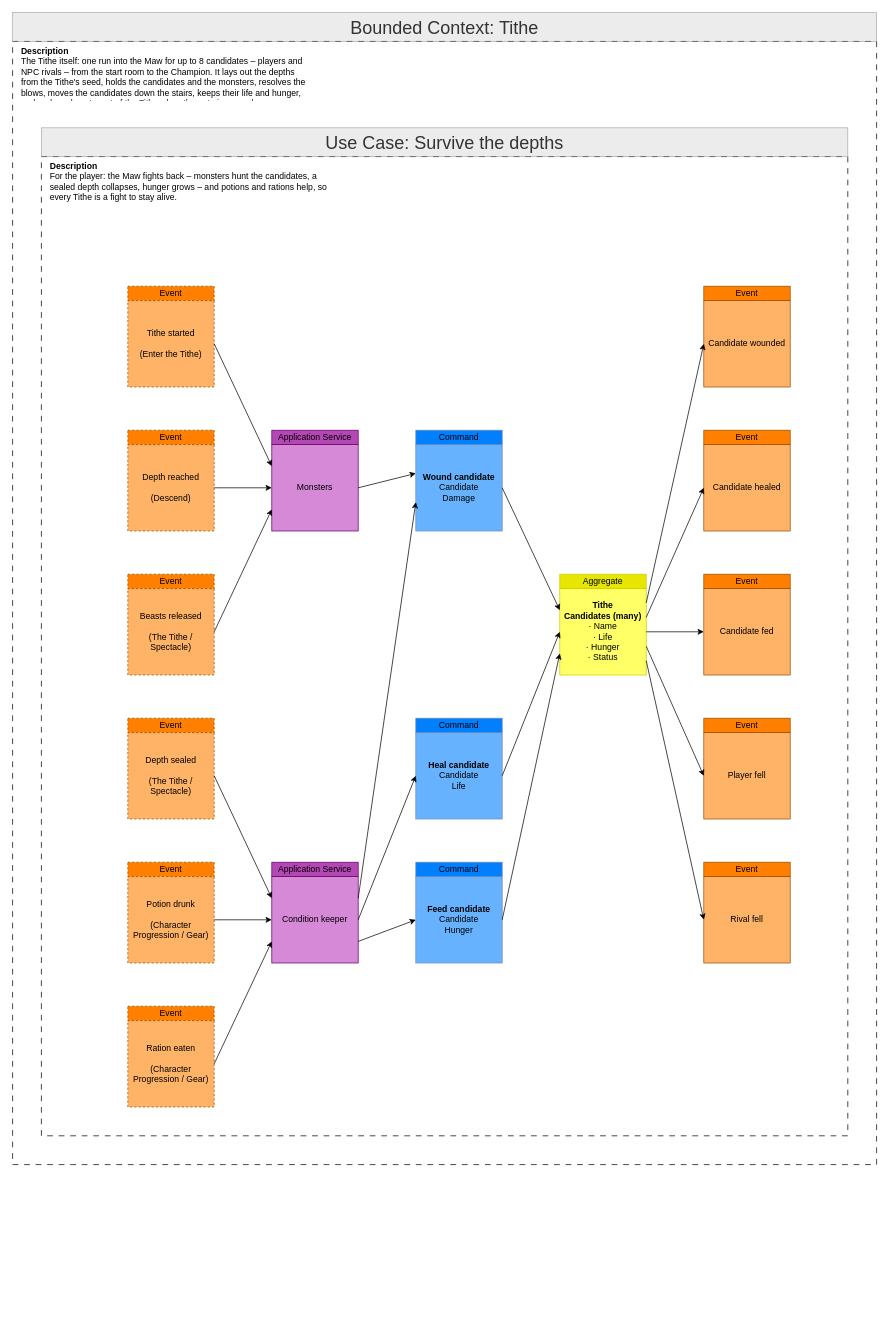
The draw.io diagram ProductOwner/contexts/tithe/models/Feature-013-survive-the-depths.drawio in tokeboisen/themaw, before the edit. Source tidied: cells renumbered, new cells numbered last; positions are measured from the earlier drawing's top-left corner, leaving out a move shared by most shapes. Both pictures are drawn from the tidied source at 72%, with x=0, y=0 at pixel (12, 12).
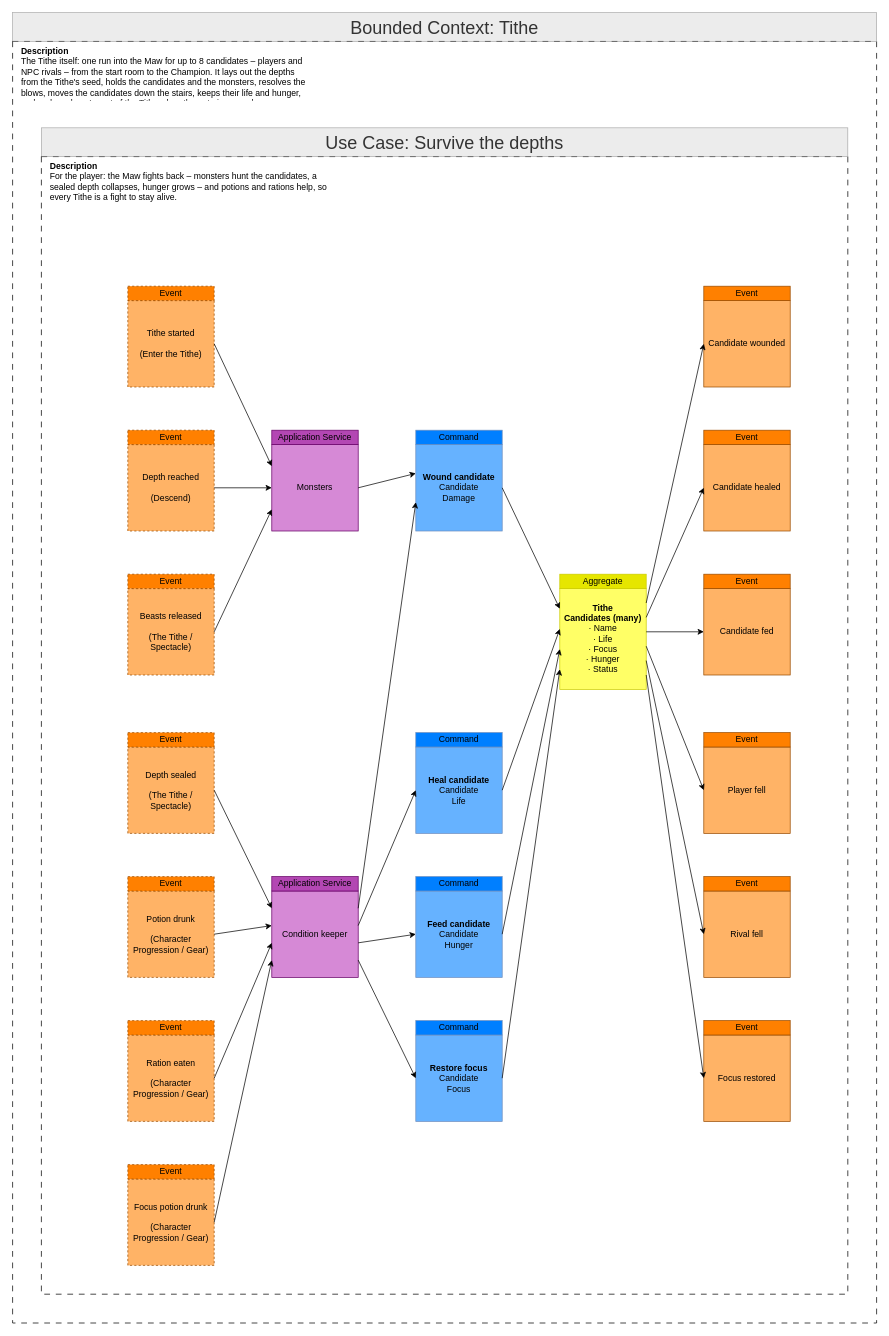
The same diagram, later.

Unchanged cells that the change refers to:
```xml
<mxCell id="24" value="&lt;b&gt;Wound candidate&lt;/b&gt;&lt;br&gt;Candidate&lt;br&gt;Damage" style="rounded=0;whiteSpace=wrap;html=1;labelBackgroundColor=none;fillColor=#66B2FF;strokeColor=#6C8EBF;" parent="1" vertex="1">
  <mxGeometry x="560" y="600" width="120" height="120" as="geometry" />
</mxCell>
<mxCell id="32" value="Candidate wounded" style="rounded=0;whiteSpace=wrap;html=1;labelBackgroundColor=none;fillColor=#FFB366;strokeColor=#994C00;" parent="1" vertex="1">
  <mxGeometry x="960" y="400" width="120" height="120" as="geometry" />
</mxCell>
<mxCell id="34" value="Candidate healed" style="rounded=0;whiteSpace=wrap;html=1;labelBackgroundColor=none;fillColor=#FFB366;strokeColor=#994C00;" parent="1" vertex="1">
  <mxGeometry x="960" y="600" width="120" height="120" as="geometry" />
</mxCell>
<mxCell id="36" value="Candidate fed" style="rounded=0;whiteSpace=wrap;html=1;labelBackgroundColor=none;fillColor=#FFB366;strokeColor=#994C00;" parent="1" vertex="1">
  <mxGeometry x="960" y="800" width="120" height="120" as="geometry" />
</mxCell>
```

Diff of the diagram source:
```diff
@@
     <mxCell id="2" style="rounded=0;whiteSpace=wrap;html=1;fillColor=none;dashed=1;dashPattern=8 8;" parent="1" vertex="1">
-      <mxGeometry y="40" width="1200" height="1560" as="geometry" />
+      <mxGeometry y="40" width="1200" height="1780" as="geometry" />
     </mxCell>
@@
     <mxCell id="5" style="rounded=0;whiteSpace=wrap;html=1;fillColor=none;dashed=1;dashPattern=8 8;" parent="1" vertex="1">
-      <mxGeometry x="40" y="200" width="1120" height="1360" as="geometry" />
+      <mxGeometry x="40" y="200" width="1120" height="1580" as="geometry" />
     </mxCell>
@@
     <mxCell id="14" value="Depth sealed&lt;br&gt;&lt;br&gt;(The Tithe / Spectacle)" style="rounded=0;whiteSpace=wrap;html=1;labelBackgroundColor=none;fillColor=#FFB366;strokeColor=#994C00;dashed=1;" parent="1" vertex="1">
-      <mxGeometry x="160" y="1000" width="120" height="120" as="geometry" />
+      <mxGeometry x="160" y="1020" width="120" height="120" as="geometry" />
     </mxCell>
     <mxCell id="15" value="Event" style="rounded=0;whiteSpace=wrap;html=1;labelBackgroundColor=none;fillColor=#FF8000;strokeColor=#994C00;dashed=1;" parent="1" vertex="1">
-      <mxGeometry x="160" y="980" width="120" height="20" as="geometry" />
+      <mxGeometry x="160" y="1000" width="120" height="20" as="geometry" />
     </mxCell>
     <mxCell id="16" value="Potion drunk&lt;br&gt;&lt;br&gt;(Character Progression / Gear)" style="rounded=0;whiteSpace=wrap;html=1;labelBackgroundColor=none;fillColor=#FFB366;strokeColor=#994C00;dashed=1;" parent="1" vertex="1">
-      <mxGeometry x="160" y="1200" width="120" height="120" as="geometry" />
+      <mxGeometry x="160" y="1220" width="120" height="120" as="geometry" />
     </mxCell>
     <mxCell id="17" value="Event" style="rounded=0;whiteSpace=wrap;html=1;labelBackgroundColor=none;fillColor=#FF8000;strokeColor=#994C00;dashed=1;" parent="1" vertex="1">
-      <mxGeometry x="160" y="1180" width="120" height="20" as="geometry" />
+      <mxGeometry x="160" y="1200" width="120" height="20" as="geometry" />
     </mxCell>
     <mxCell id="18" value="Ration eaten&lt;br&gt;&lt;br&gt;(Character Progression / Gear)" style="rounded=0;whiteSpace=wrap;html=1;labelBackgroundColor=none;fillColor=#FFB366;strokeColor=#994C00;dashed=1;" parent="1" vertex="1">
-      <mxGeometry x="160" y="1400" width="120" height="120" as="geometry" />
+      <mxGeometry x="160" y="1420" width="120" height="120" as="geometry" />
     </mxCell>
     <mxCell id="19" value="Event" style="rounded=0;whiteSpace=wrap;html=1;labelBackgroundColor=none;fillColor=#FF8000;strokeColor=#994C00;dashed=1;" parent="1" vertex="1">
-      <mxGeometry x="160" y="1380" width="120" height="20" as="geometry" />
+      <mxGeometry x="160" y="1400" width="120" height="20" as="geometry" />
     </mxCell>
+    <mxCell id="60" value="Focus potion drunk&lt;br&gt;&lt;br&gt;(Character Progression / Gear)" style="rounded=0;whiteSpace=wrap;html=1;labelBackgroundColor=none;fillColor=#FFB366;strokeColor=#994C00;dashed=1;" parent="1" vertex="1">
+      <mxGeometry x="160" y="1620" width="120" height="120" as="geometry" />
+    </mxCell>
+    <mxCell id="61" value="Event" style="rounded=0;whiteSpace=wrap;html=1;labelBackgroundColor=none;fillColor=#FF8000;strokeColor=#994C00;dashed=1;" parent="1" vertex="1">
+      <mxGeometry x="160" y="1600" width="120" height="20" as="geometry" />
+    </mxCell>
@@
     <mxCell id="22" value="Condition keeper" style="rounded=0;whiteSpace=wrap;html=1;labelBackgroundColor=none;fillColor=#D689D6;strokeColor=#660066;" parent="1" vertex="1">
-      <mxGeometry x="360" y="1200" width="120" height="120" as="geometry" />
+      <mxGeometry x="360" y="1220" width="120" height="120" as="geometry" />
     </mxCell>
     <mxCell id="23" value="Application Service" style="rounded=0;whiteSpace=wrap;html=1;labelBackgroundColor=none;fillColor=#B347B3;strokeColor=#660066;" parent="1" vertex="1">
-      <mxGeometry x="360" y="1180" width="120" height="20" as="geometry" />
+      <mxGeometry x="360" y="1200" width="120" height="20" as="geometry" />
     </mxCell>
@@
     <mxCell id="26" value="&lt;b&gt;Heal candidate&lt;/b&gt;&lt;br&gt;Candidate&lt;br&gt;Life" style="rounded=0;whiteSpace=wrap;html=1;labelBackgroundColor=none;fillColor=#66B2FF;strokeColor=#6C8EBF;" parent="1" vertex="1">
-      <mxGeometry x="560" y="1000" width="120" height="120" as="geometry" />
+      <mxGeometry x="560" y="1020" width="120" height="120" as="geometry" />
     </mxCell>
     <mxCell id="27" value="Command" style="rounded=0;whiteSpace=wrap;html=1;labelBackgroundColor=none;fillColor=#007FFF;strokeColor=#6C8EBF;" parent="1" vertex="1">
-      <mxGeometry x="560" y="980" width="120" height="20" as="geometry" />
+      <mxGeometry x="560" y="1000" width="120" height="20" as="geometry" />
     </mxCell>
     <mxCell id="28" value="&lt;b&gt;Feed candidate&lt;/b&gt;&lt;br&gt;Candidate&lt;br&gt;Hunger" style="rounded=0;whiteSpace=wrap;html=1;labelBackgroundColor=none;fillColor=#66B2FF;strokeColor=#6C8EBF;" parent="1" vertex="1">
-      <mxGeometry x="560" y="1200" width="120" height="120" as="geometry" />
+      <mxGeometry x="560" y="1220" width="120" height="120" as="geometry" />
     </mxCell>
     <mxCell id="29" value="Command" style="rounded=0;whiteSpace=wrap;html=1;labelBackgroundColor=none;fillColor=#007FFF;strokeColor=#6C8EBF;" parent="1" vertex="1">
-      <mxGeometry x="560" y="1180" width="120" height="20" as="geometry" />
+      <mxGeometry x="560" y="1200" width="120" height="20" as="geometry" />
     </mxCell>
+    <mxCell id="62" value="&lt;b&gt;Restore focus&lt;/b&gt;&lt;br&gt;Candidate&lt;br&gt;Focus" style="rounded=0;whiteSpace=wrap;html=1;labelBackgroundColor=none;fillColor=#66B2FF;strokeColor=#6C8EBF;" parent="1" vertex="1">
+      <mxGeometry x="560" y="1420" width="120" height="120" as="geometry" />
+    </mxCell>
+    <mxCell id="63" value="Command" style="rounded=0;whiteSpace=wrap;html=1;labelBackgroundColor=none;fillColor=#007FFF;strokeColor=#6C8EBF;" parent="1" vertex="1">
+      <mxGeometry x="560" y="1400" width="120" height="20" as="geometry" />
+    </mxCell>
-    <mxCell id="30" value="&lt;b&gt;Tithe&lt;/b&gt;&lt;br&gt;&lt;b&gt;Candidates (many)&lt;/b&gt;&lt;br&gt;· Name&lt;br&gt;· Life&lt;br&gt;· Hunger&lt;br&gt;· Status" style="rounded=0;whiteSpace=wrap;html=1;labelBackgroundColor=none;fillColor=#FFFF66;strokeColor=#CCCC00;" parent="1" vertex="1">
-      <mxGeometry x="760" y="800" width="120" height="120" as="geometry" />
+    <mxCell id="30" value="&lt;b&gt;Tithe&lt;/b&gt;&lt;br&gt;&lt;b&gt;Candidates (many)&lt;/b&gt;&lt;br&gt;· Name&lt;br&gt;· Life&lt;br&gt;· Focus&lt;br&gt;· Hunger&lt;br&gt;· Status" style="rounded=0;whiteSpace=wrap;html=1;labelBackgroundColor=none;fillColor=#FFFF66;strokeColor=#CCCC00;" parent="1" vertex="1">
+      <mxGeometry x="760" y="800" width="120" height="140" as="geometry" />
     </mxCell>
@@
     <mxCell id="38" value="Player fell" style="rounded=0;whiteSpace=wrap;html=1;labelBackgroundColor=none;fillColor=#FFB366;strokeColor=#994C00;" parent="1" vertex="1">
-      <mxGeometry x="960" y="1000" width="120" height="120" as="geometry" />
+      <mxGeometry x="960" y="1020" width="120" height="120" as="geometry" />
     </mxCell>
     <mxCell id="39" value="Event" style="rounded=0;whiteSpace=wrap;html=1;labelBackgroundColor=none;fillColor=#FF8000;strokeColor=#994C00;" parent="1" vertex="1">
-      <mxGeometry x="960" y="980" width="120" height="20" as="geometry" />
+      <mxGeometry x="960" y="1000" width="120" height="20" as="geometry" />
     </mxCell>
     <mxCell id="40" value="Rival fell" style="rounded=0;whiteSpace=wrap;html=1;labelBackgroundColor=none;fillColor=#FFB366;strokeColor=#994C00;" parent="1" vertex="1">
-      <mxGeometry x="960" y="1200" width="120" height="120" as="geometry" />
+      <mxGeometry x="960" y="1220" width="120" height="120" as="geometry" />
     </mxCell>
     <mxCell id="41" value="Event" style="rounded=0;whiteSpace=wrap;html=1;labelBackgroundColor=none;fillColor=#FF8000;strokeColor=#994C00;" parent="1" vertex="1">
-      <mxGeometry x="960" y="1180" width="120" height="20" as="geometry" />
+      <mxGeometry x="960" y="1200" width="120" height="20" as="geometry" />
     </mxCell>
+    <mxCell id="64" value="Focus restored" style="rounded=0;whiteSpace=wrap;html=1;labelBackgroundColor=none;fillColor=#FFB366;strokeColor=#994C00;" parent="1" vertex="1">
+      <mxGeometry x="960" y="1420" width="120" height="120" as="geometry" />
+    </mxCell>
+    <mxCell id="65" value="Event" style="rounded=0;whiteSpace=wrap;html=1;labelBackgroundColor=none;fillColor=#FF8000;strokeColor=#994C00;" parent="1" vertex="1">
+      <mxGeometry x="960" y="1400" width="120" height="20" as="geometry" />
+    </mxCell>
@@
-    <mxCell id="45" style="endArrow=classic;html=1;rounded=0;exitX=1;exitY=0.5;exitDx=0;exitDy=0;entryX=0;entryY=0.25;entryDx=0;entryDy=0;" parent="1" edge="1" source="14" target="22">
+    <mxCell id="45" style="endArrow=classic;html=1;rounded=0;exitX=1;exitY=0.5;exitDx=0;exitDy=0;entryX=0;entryY=0.2;entryDx=0;entryDy=0;" parent="1" edge="1" source="14" target="22">
       <mxGeometry relative="1" as="geometry" />
     </mxCell>
-    <mxCell id="46" style="endArrow=classic;html=1;rounded=0;exitX=1;exitY=0.5;exitDx=0;exitDy=0;entryX=0;entryY=0.5;entryDx=0;entryDy=0;" parent="1" edge="1" source="16" target="22">
+    <mxCell id="46" style="endArrow=classic;html=1;rounded=0;exitX=1;exitY=0.5;exitDx=0;exitDy=0;entryX=0;entryY=0.4;entryDx=0;entryDy=0;" parent="1" edge="1" source="16" target="22">
       <mxGeometry relative="1" as="geometry" />
     </mxCell>
-    <mxCell id="47" style="endArrow=classic;html=1;rounded=0;exitX=1;exitY=0.5;exitDx=0;exitDy=0;entryX=0;entryY=0.75;entryDx=0;entryDy=0;" parent="1" edge="1" source="18" target="22">
+    <mxCell id="47" style="endArrow=classic;html=1;rounded=0;exitX=1;exitY=0.5;exitDx=0;exitDy=0;entryX=0;entryY=0.6;entryDx=0;entryDy=0;" parent="1" edge="1" source="18" target="22">
       <mxGeometry relative="1" as="geometry" />
     </mxCell>
+    <mxCell id="66" style="endArrow=classic;html=1;rounded=0;exitX=1;exitY=0.5;exitDx=0;exitDy=0;entryX=0;entryY=0.8;entryDx=0;entryDy=0;" parent="1" edge="1" source="60" target="22">
+      <mxGeometry relative="1" as="geometry" />
+    </mxCell>
+    <mxCell id="67" style="endArrow=classic;html=1;rounded=0;exitX=1;exitY=0.8;exitDx=0;exitDy=0;entryX=0;entryY=0.5;entryDx=0;entryDy=0;" parent="1" edge="1" source="22" target="62">
+      <mxGeometry relative="1" as="geometry" />
+    </mxCell>
+    <mxCell id="68" style="endArrow=classic;html=1;rounded=0;exitX=1;exitY=0.5;exitDx=0;exitDy=0;entryX=0;entryY=0.8;entryDx=0;entryDy=0;" parent="1" edge="1" source="62" target="30">
+      <mxGeometry relative="1" as="geometry" />
+    </mxCell>
+    <mxCell id="69" style="endArrow=classic;html=1;rounded=0;exitX=1;exitY=0.8571;exitDx=0;exitDy=0;entryX=0;entryY=0.5;entryDx=0;entryDy=0;" parent="1" edge="1" source="30" target="64">
+      <mxGeometry relative="1" as="geometry" />
+    </mxCell>
@@
-    <mxCell id="49" style="endArrow=classic;html=1;rounded=0;exitX=1;exitY=0.25;exitDx=0;exitDy=0;entryX=0;entryY=0.6667;entryDx=0;entryDy=0;" parent="1" edge="1" source="22" target="24">
+    <mxCell id="49" style="endArrow=classic;html=1;rounded=0;exitX=1;exitY=0.2;exitDx=0;exitDy=0;entryX=0;entryY=0.6667;entryDx=0;entryDy=0;" parent="1" edge="1" source="22" target="24">
       <mxGeometry relative="1" as="geometry" />
     </mxCell>
-    <mxCell id="50" style="endArrow=classic;html=1;rounded=0;exitX=1;exitY=0.5;exitDx=0;exitDy=0;entryX=0;entryY=0.5;entryDx=0;entryDy=0;" parent="1" edge="1" source="22" target="26">
+    <mxCell id="50" style="endArrow=classic;html=1;rounded=0;exitX=1;exitY=0.4;exitDx=0;exitDy=0;entryX=0;entryY=0.5;entryDx=0;entryDy=0;" parent="1" edge="1" source="22" target="26">
       <mxGeometry relative="1" as="geometry" />
     </mxCell>
-    <mxCell id="51" style="endArrow=classic;html=1;rounded=0;exitX=1;exitY=0.75;exitDx=0;exitDy=0;entryX=0;entryY=0.5;entryDx=0;entryDy=0;" parent="1" edge="1" source="22" target="28">
+    <mxCell id="51" style="endArrow=classic;html=1;rounded=0;exitX=1;exitY=0.6;exitDx=0;exitDy=0;entryX=0;entryY=0.5;entryDx=0;entryDy=0;" parent="1" edge="1" source="22" target="28">
       <mxGeometry relative="1" as="geometry" />
     </mxCell>
-    <mxCell id="52" style="endArrow=classic;html=1;rounded=0;exitX=1;exitY=0.5;exitDx=0;exitDy=0;entryX=0;entryY=0.25;entryDx=0;entryDy=0;" parent="1" edge="1" source="24" target="30">
+    <mxCell id="52" style="endArrow=classic;html=1;rounded=0;exitX=1;exitY=0.5;exitDx=0;exitDy=0;entryX=0;entryY=0.2;entryDx=0;entryDy=0;" parent="1" edge="1" source="24" target="30">
       <mxGeometry relative="1" as="geometry" />
     </mxCell>
-    <mxCell id="53" style="endArrow=classic;html=1;rounded=0;exitX=1;exitY=0.5;exitDx=0;exitDy=0;entryX=0;entryY=0.5;entryDx=0;entryDy=0;" parent="1" edge="1" source="26" target="30">
+    <mxCell id="53" style="endArrow=classic;html=1;rounded=0;exitX=1;exitY=0.5;exitDx=0;exitDy=0;entryX=0;entryY=0.4;entryDx=0;entryDy=0;" parent="1" edge="1" source="26" target="30">
       <mxGeometry relative="1" as="geometry" />
     </mxCell>
-    <mxCell id="54" style="endArrow=classic;html=1;rounded=0;exitX=1;exitY=0.5;exitDx=0;exitDy=0;entryX=0;entryY=0.75;entryDx=0;entryDy=0;" parent="1" edge="1" source="28" target="30">
+    <mxCell id="54" style="endArrow=classic;html=1;rounded=0;exitX=1;exitY=0.5;exitDx=0;exitDy=0;entryX=0;entryY=0.6;entryDx=0;entryDy=0;" parent="1" edge="1" source="28" target="30">
       <mxGeometry relative="1" as="geometry" />
     </mxCell>
-    <mxCell id="55" style="endArrow=classic;html=1;rounded=0;exitX=1;exitY=0.1667;exitDx=0;exitDy=0;entryX=0;entryY=0.5;entryDx=0;entryDy=0;" parent="1" edge="1" source="30" target="32">
+    <mxCell id="55" style="endArrow=classic;html=1;rounded=0;exitX=1;exitY=0.1429;exitDx=0;exitDy=0;entryX=0;entryY=0.5;entryDx=0;entryDy=0;" parent="1" edge="1" source="30" target="32">
       <mxGeometry relative="1" as="geometry" />
     </mxCell>
-    <mxCell id="56" style="endArrow=classic;html=1;rounded=0;exitX=1;exitY=0.3333;exitDx=0;exitDy=0;entryX=0;entryY=0.5;entryDx=0;entryDy=0;" parent="1" edge="1" source="30" target="34">
+    <mxCell id="56" style="endArrow=classic;html=1;rounded=0;exitX=1;exitY=0.2857;exitDx=0;exitDy=0;entryX=0;entryY=0.5;entryDx=0;entryDy=0;" parent="1" edge="1" source="30" target="34">
       <mxGeometry relative="1" as="geometry" />
     </mxCell>
-    <mxCell id="57" style="endArrow=classic;html=1;rounded=0;exitX=1;exitY=0.5;exitDx=0;exitDy=0;entryX=0;entryY=0.5;entryDx=0;entryDy=0;" parent="1" edge="1" source="30" target="36">
+    <mxCell id="57" style="endArrow=classic;html=1;rounded=0;exitX=1;exitY=0.4286;exitDx=0;exitDy=0;entryX=0;entryY=0.5;entryDx=0;entryDy=0;" parent="1" edge="1" source="30" target="36">
       <mxGeometry relative="1" as="geometry" />
     </mxCell>
-    <mxCell id="58" style="endArrow=classic;html=1;rounded=0;exitX=1;exitY=0.6667;exitDx=0;exitDy=0;entryX=0;entryY=0.5;entryDx=0;entryDy=0;" parent="1" edge="1" source="30" target="38">
+    <mxCell id="58" style="endArrow=classic;html=1;rounded=0;exitX=1;exitY=0.5714;exitDx=0;exitDy=0;entryX=0;entryY=0.5;entryDx=0;entryDy=0;" parent="1" edge="1" source="30" target="38">
       <mxGeometry relative="1" as="geometry" />
     </mxCell>
-    <mxCell id="59" style="endArrow=classic;html=1;rounded=0;exitX=1;exitY=0.8333;exitDx=0;exitDy=0;entryX=0;entryY=0.5;entryDx=0;entryDy=0;" parent="1" edge="1" source="30" target="40">
+    <mxCell id="59" style="endArrow=classic;html=1;rounded=0;exitX=1;exitY=0.7143;exitDx=0;exitDy=0;entryX=0;entryY=0.5;entryDx=0;entryDy=0;" parent="1" edge="1" source="30" target="40">
       <mxGeometry relative="1" as="geometry" />
     </mxCell>
```
